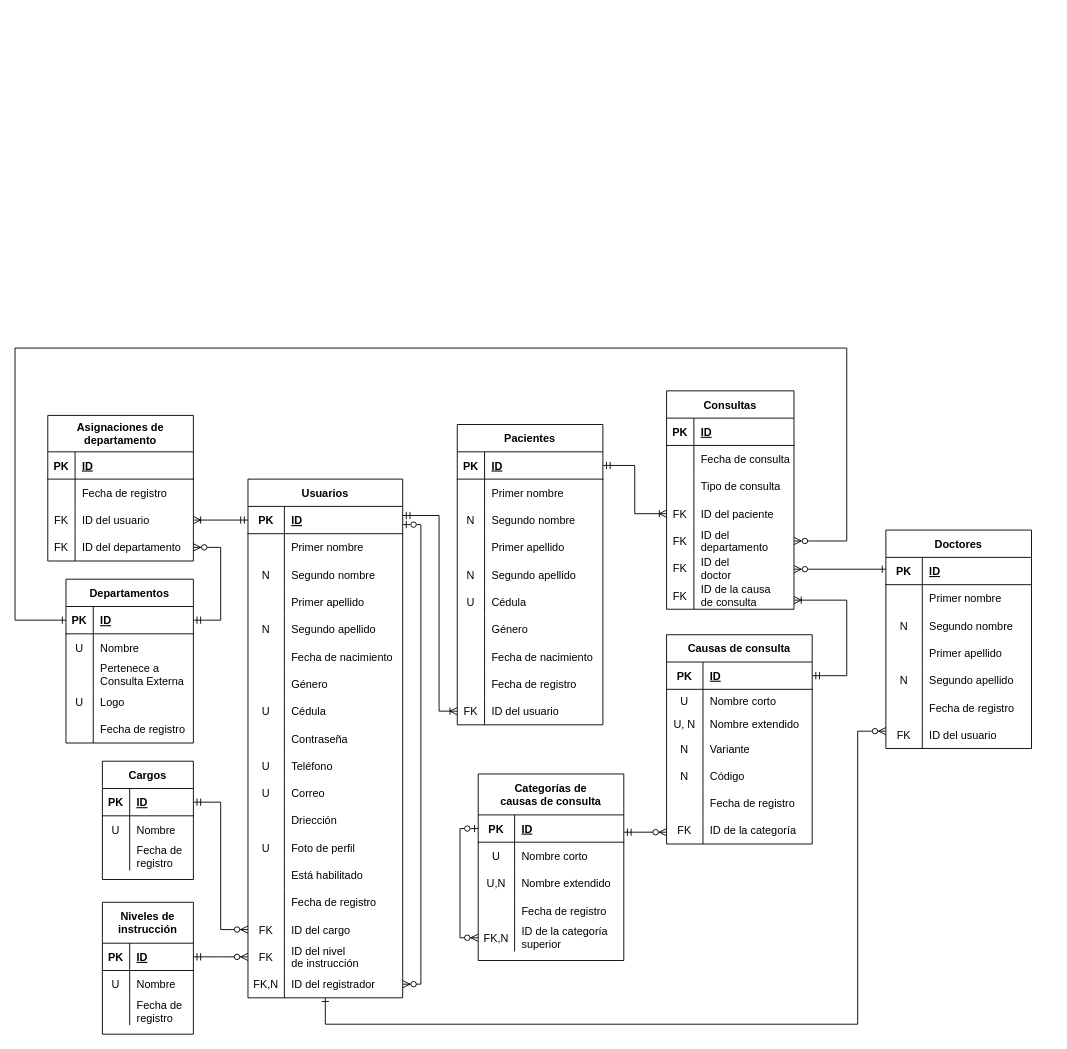
Earlier version of the draw.io diagram page "Modelo Relacional" (5 of 6) of docs/Diagramas.drawio (fadrian06/haju). Source tidied: cells renumbered, new cells numbered last; positions are measured from the earlier drawing's top-left corner, leaving out a move shared by most shapes. Both pictures are drawn from the tidied source at 91%, with x=0, y=0 at pixel (15, 348).
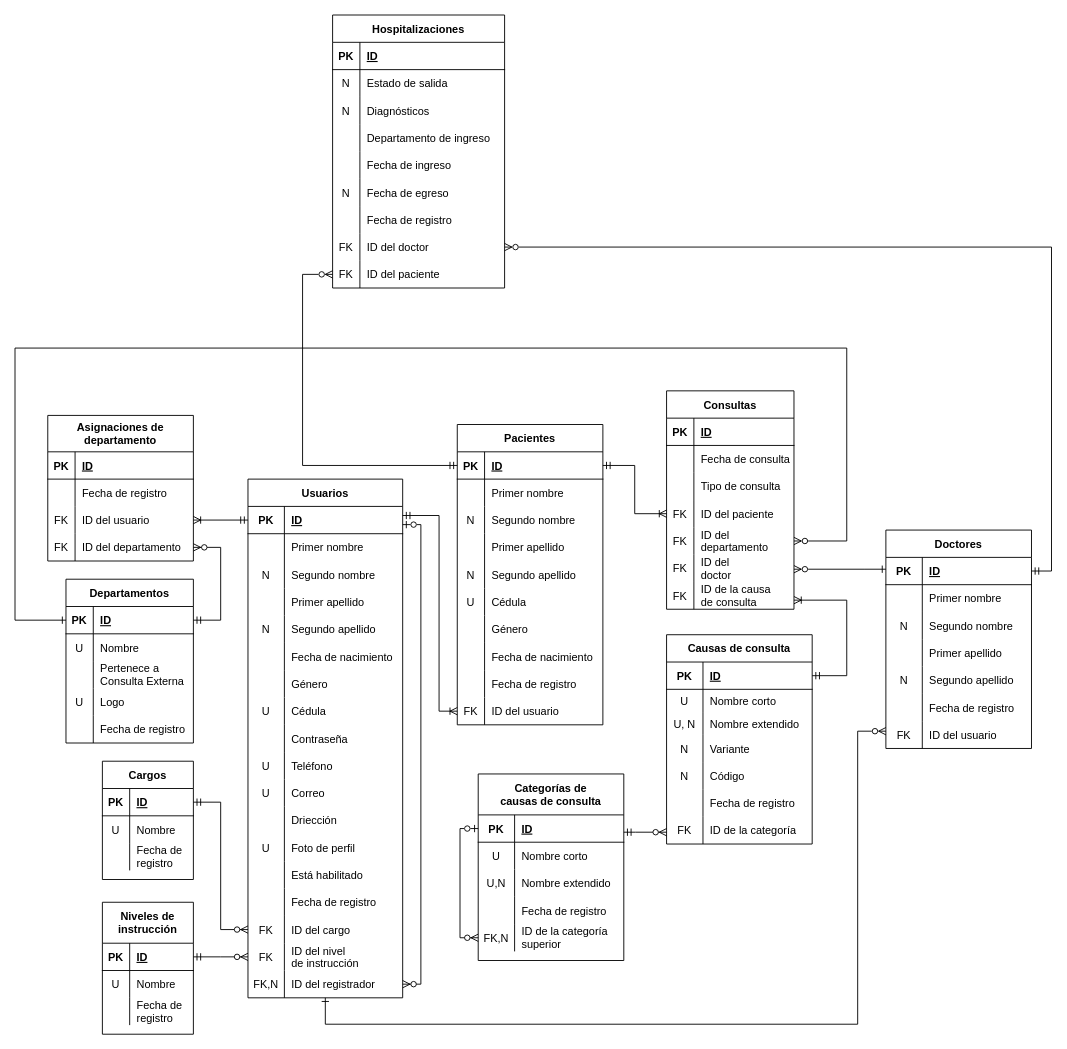
Above is the later version.

Commit message (it also covers changes not shown here):
Añadida la tabla Hospitalizaciones

The change refers to these unchanged cells:
```xml
<mxCell id="81" style="shape=tableRow;horizontal=0;startSize=0;swimlaneHead=0;swimlaneBody=0;fillColor=none;points=[[0,0.5],[1,0.5]];portConstraint=eastwest;top=0;left=0;right=0;bottom=1;" parent="80" vertex="1">
  <mxGeometry y="30" width="160" height="30" as="geometry" />
</mxCell>
<mxCell id="209" style="shape=tableRow;horizontal=0;startSize=0;swimlaneHead=0;swimlaneBody=0;fillColor=none;points=[[0,0.5],[1,0.5]];portConstraint=eastwest;top=0;left=0;right=0;bottom=1;" parent="208" vertex="1">
  <mxGeometry y="30" width="160" height="30" as="geometry" />
</mxCell>
```

What changed in the source:
```diff
@@
+    <mxCell id="232" value="Hospitalizaciones" style="shape=table;startSize=30;childLayout=tableLayout;rowLines=0;fontStyle=1;align=center;" parent="1" vertex="1">
+      <mxGeometry x="349" y="-366" width="189" height="300" as="geometry" />
+    </mxCell>
+    <mxCell id="233" style="shape=tableRow;horizontal=0;startSize=0;swimlaneHead=0;swimlaneBody=0;fillColor=none;top=0;left=0;right=0;bottom=1;" parent="232" vertex="1">
+      <mxGeometry y="30" width="189" height="30" as="geometry" />
+    </mxCell>
+    <mxCell id="234" value="PK" style="shape=partialRectangle;fillColor=none;top=0;left=0;bottom=0;right=0;fontStyle=1;overflow=hidden;" parent="233" vertex="1">
+      <mxGeometry width="30" height="30" as="geometry" />
+    </mxCell>
+    <mxCell id="235" value="ID" style="shape=partialRectangle;fillColor=none;top=0;left=0;bottom=0;right=0;align=left;spacingLeft=6;fontStyle=5;overflow=hidden;" parent="233" vertex="1">
+      <mxGeometry x="30" width="159" height="30" as="geometry" />
+    </mxCell>
+    <mxCell id="236" style="shape=tableRow;horizontal=0;startSize=0;swimlaneHead=0;swimlaneBody=0;fillColor=none;top=0;left=0;right=0;bottom=0;" parent="232" vertex="1">
+      <mxGeometry y="60" width="189" height="30" as="geometry" />
+    </mxCell>
+    <mxCell id="237" value="N" style="shape=partialRectangle;fillColor=none;top=0;left=0;bottom=0;right=0;overflow=hidden;" parent="236" vertex="1">
+      <mxGeometry width="30" height="30" as="geometry" />
+    </mxCell>
+    <mxCell id="238" value="Estado de salida" style="shape=partialRectangle;fillColor=none;top=0;left=0;bottom=0;right=0;align=left;spacingLeft=6;overflow=hidden;" parent="236" vertex="1">
+      <mxGeometry x="30" width="159" height="30" as="geometry" />
+    </mxCell>
+    <mxCell id="239" style="shape=tableRow;horizontal=0;startSize=0;swimlaneHead=0;swimlaneBody=0;fillColor=none;top=0;left=0;right=0;bottom=0;" parent="232" vertex="1">
+      <mxGeometry y="90" width="189" height="30" as="geometry" />
+    </mxCell>
+    <mxCell id="240" value="N" style="shape=partialRectangle;fillColor=none;top=0;left=0;bottom=0;right=0;overflow=hidden;" parent="239" vertex="1">
+      <mxGeometry width="30" height="30" as="geometry" />
+    </mxCell>
+    <mxCell id="241" value="Diagnósticos" style="shape=partialRectangle;fillColor=none;top=0;left=0;bottom=0;right=0;align=left;spacingLeft=6;overflow=hidden;" parent="239" vertex="1">
+      <mxGeometry x="30" width="159" height="30" as="geometry" />
+    </mxCell>
+    <mxCell id="242" style="shape=tableRow;horizontal=0;startSize=0;swimlaneHead=0;swimlaneBody=0;fillColor=none;top=0;left=0;right=0;bottom=0;" parent="232" vertex="1">
+      <mxGeometry y="120" width="189" height="30" as="geometry" />
+    </mxCell>
+    <mxCell id="243" style="shape=partialRectangle;fillColor=none;top=0;left=0;bottom=0;right=0;overflow=hidden;" parent="242" vertex="1">
+      <mxGeometry width="30" height="30" as="geometry" />
+    </mxCell>
+    <mxCell id="244" value="Departamento de ingreso" style="shape=partialRectangle;fillColor=none;top=0;left=0;bottom=0;right=0;align=left;spacingLeft=6;overflow=hidden;" parent="242" vertex="1">
+      <mxGeometry x="30" width="159" height="30" as="geometry" />
+    </mxCell>
+    <mxCell id="245" style="shape=tableRow;horizontal=0;startSize=0;swimlaneHead=0;swimlaneBody=0;fillColor=none;top=0;left=0;right=0;bottom=0;" parent="232" vertex="1">
+      <mxGeometry y="150" width="189" height="30" as="geometry" />
+    </mxCell>
+    <mxCell id="246" style="shape=partialRectangle;fillColor=none;top=0;left=0;bottom=0;right=0;overflow=hidden;" parent="245" vertex="1">
+      <mxGeometry width="30" height="30" as="geometry" />
+    </mxCell>
+    <mxCell id="247" value="Fecha de ingreso" style="shape=partialRectangle;fillColor=none;top=0;left=0;bottom=0;right=0;align=left;spacingLeft=6;overflow=hidden;" parent="245" vertex="1">
+      <mxGeometry x="30" width="159" height="30" as="geometry" />
+    </mxCell>
+    <mxCell id="248" style="shape=tableRow;horizontal=0;startSize=0;swimlaneHead=0;swimlaneBody=0;fillColor=none;top=0;left=0;right=0;bottom=0;" parent="232" vertex="1">
+      <mxGeometry y="180" width="189" height="30" as="geometry" />
+    </mxCell>
+    <mxCell id="249" value="N" style="shape=partialRectangle;fillColor=none;top=0;left=0;bottom=0;right=0;overflow=hidden;" parent="248" vertex="1">
+      <mxGeometry width="30" height="30" as="geometry" />
+    </mxCell>
+    <mxCell id="250" value="Fecha de egreso" style="shape=partialRectangle;fillColor=none;top=0;left=0;bottom=0;right=0;align=left;spacingLeft=6;overflow=hidden;" parent="248" vertex="1">
+      <mxGeometry x="30" width="159" height="30" as="geometry" />
+    </mxCell>
+    <mxCell id="251" style="shape=tableRow;horizontal=0;startSize=0;swimlaneHead=0;swimlaneBody=0;fillColor=none;top=0;left=0;right=0;bottom=0;" parent="232" vertex="1">
+      <mxGeometry y="210" width="189" height="30" as="geometry" />
+    </mxCell>
+    <mxCell id="252" style="shape=partialRectangle;fillColor=none;top=0;left=0;bottom=0;right=0;overflow=hidden;" parent="251" vertex="1">
+      <mxGeometry width="30" height="30" as="geometry" />
+    </mxCell>
+    <mxCell id="253" value="Fecha de registro" style="shape=partialRectangle;fillColor=none;top=0;left=0;bottom=0;right=0;align=left;spacingLeft=6;overflow=hidden;" parent="251" vertex="1">
+      <mxGeometry x="30" width="159" height="30" as="geometry" />
+    </mxCell>
+    <mxCell id="254" style="shape=tableRow;horizontal=0;startSize=0;swimlaneHead=0;swimlaneBody=0;fillColor=none;points=[[0,0.5],[1,0.5]];portConstraint=eastwest;top=0;left=0;right=0;bottom=0;" parent="232" vertex="1">
+      <mxGeometry y="240" width="189" height="30" as="geometry" />
+    </mxCell>
+    <mxCell id="255" value="FK" style="shape=partialRectangle;fillColor=none;top=0;left=0;bottom=0;right=0;overflow=hidden;" parent="254" vertex="1">
+      <mxGeometry width="30" height="30" as="geometry" />
+    </mxCell>
+    <mxCell id="256" value="ID del doctor" style="shape=partialRectangle;fillColor=none;top=0;left=0;bottom=0;right=0;align=left;spacingLeft=6;overflow=hidden;" parent="254" vertex="1">
+      <mxGeometry x="30" width="159" height="30" as="geometry" />
+    </mxCell>
+    <mxCell id="257" style="shape=tableRow;horizontal=0;startSize=0;swimlaneHead=0;swimlaneBody=0;fillColor=none;points=[[0,0.5],[1,0.5]];portConstraint=eastwest;top=0;left=0;right=0;bottom=0;" parent="232" vertex="1">
+      <mxGeometry y="270" width="189" height="30" as="geometry" />
+    </mxCell>
+    <mxCell id="258" value="FK" style="shape=partialRectangle;fillColor=none;top=0;left=0;bottom=0;right=0;overflow=hidden;" parent="257" vertex="1">
+      <mxGeometry width="30" height="30" as="geometry" />
+    </mxCell>
+    <mxCell id="259" value="ID del paciente" style="shape=partialRectangle;fillColor=none;top=0;left=0;bottom=0;right=0;align=left;spacingLeft=6;overflow=hidden;" parent="257" vertex="1">
+      <mxGeometry x="30" width="159" height="30" as="geometry" />
+    </mxCell>
+    <mxCell id="260" style="edgeStyle=orthogonalEdgeStyle;fontSize=12;html=1;endArrow=ERzeroToMany;startArrow=ERmandOne;rounded=0;endFill=0;" parent="1" edge="1" source="81" target="257">
+      <mxGeometry relative="1" as="geometry">
+        <Array as="points">
+          <mxPoint x="316" y="129" />
+          <mxPoint x="316" y="-81" />
+        </Array>
+      </mxGeometry>
+    </mxCell>
+    <mxCell id="261" style="edgeStyle=orthogonalEdgeStyle;fontSize=12;html=1;endArrow=ERzeroToMany;startArrow=ERmandOne;rounded=0;endFill=0;" parent="1" edge="1" source="209" target="254">
+      <mxGeometry relative="1" as="geometry">
+        <Array as="points">
+          <mxPoint x="1139" y="245" />
+          <mxPoint x="1139" y="-111" />
+        </Array>
+      </mxGeometry>
+    </mxCell>
```
